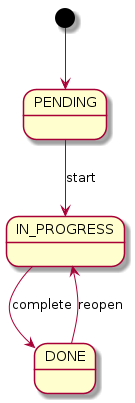
DanielRiha8906/Software_autoevolution_using_agents keeps this PlantUML diagram as experiments/broadcast/structured_text/TODO/artifacts/state_diagram.png. Above is the earlier version. Its source is kept beside it as experiments/broadcast/structured_text/TODO/artifacts/state_diagram.puml. Its diagram source:
```plantuml
@startuml

[*] --> PENDING

PENDING --> IN_PROGRESS : start
IN_PROGRESS --> DONE : complete
DONE --> IN_PROGRESS : reopen

@enduml
```
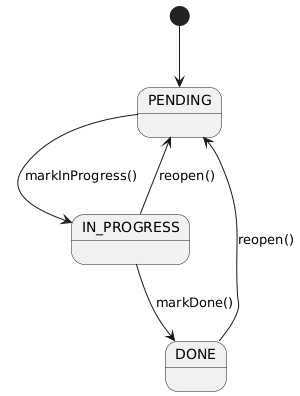
After the commit.

What changed in the source:
```diff
@@ -1,9 +1,10 @@
-@startuml
+@startuml state_diagram
 
 [*] --> PENDING
 
-PENDING --> IN_PROGRESS : start
-IN_PROGRESS --> DONE : complete
-DONE --> IN_PROGRESS : reopen
+PENDING --> IN_PROGRESS : markInProgress()
+IN_PROGRESS --> DONE : markDone()
+DONE --> PENDING : reopen()
+IN_PROGRESS --> PENDING : reopen()
 
 @enduml
```
